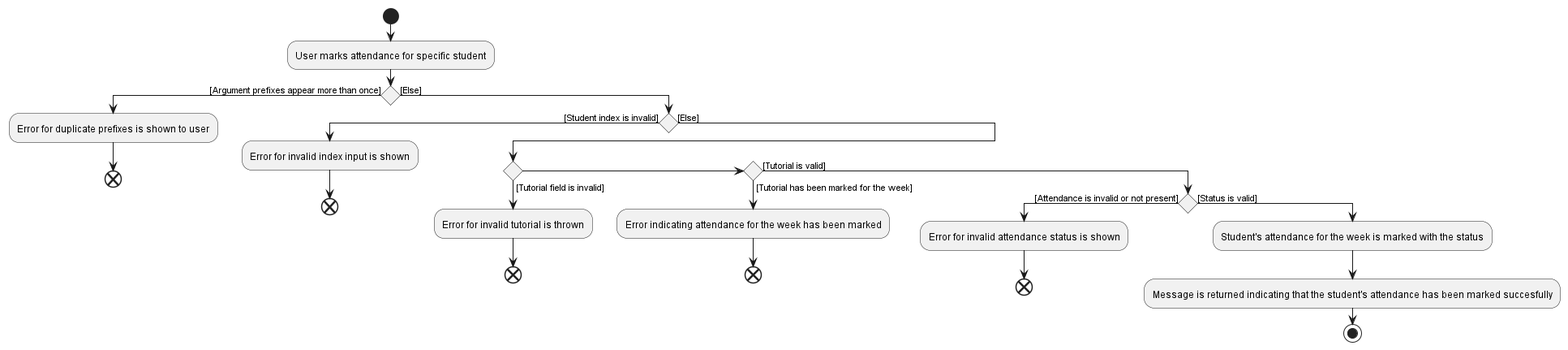
Above: docs/images/MarkAttendanceActivityDiagram.png in proto-aiken-13/tp (PlantUML), before the change. The source it was exported from:
```plantuml
@startuml

start
:User marks attendance for specific student;
if () then ([Argument prefixes appear more than once])
    :Error for duplicate prefixes is shown to user;
    end;
else ([Else])
    if () then ([Student index is invalid])
        :Error for invalid index input is shown;
        end;
    else ([Else])
        if () then ([Tutorial field is invalid])
            :Error for invalid tutorial is thrown;
            end;
        else if () then ([Tutorial has been marked for the week])
            :Error indicating attendance for the week has been marked;
            end;
        else ([Tutorial is valid])
            if () then ([Attendance is invalid or not present])
                :Error for invalid attendance status is shown;
                end;
            else ([Status is valid])
                :Student's attendance for the week is marked with the status;
                :Message is returned indicating that the student's attendance has been marked succesfully;
stop

@enduml
```
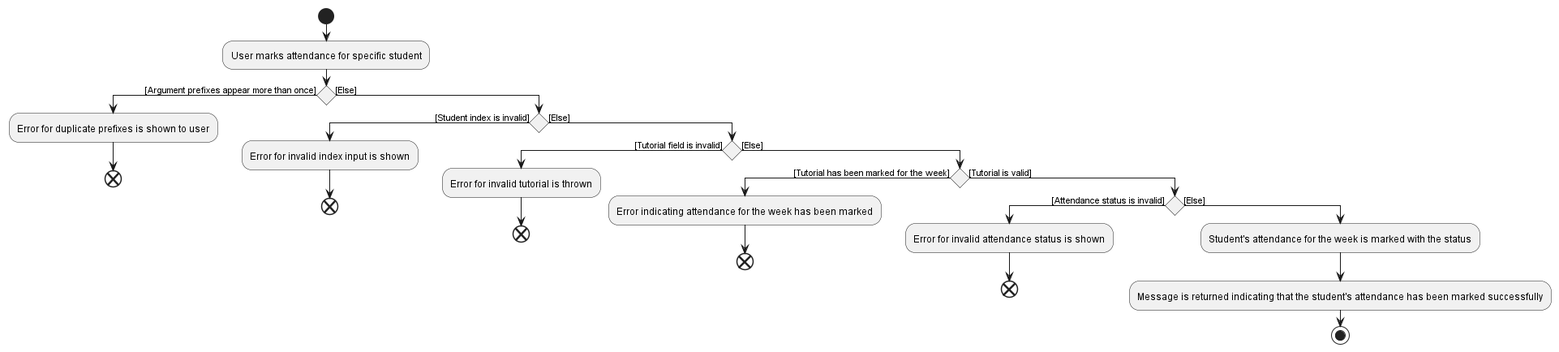
After the change.

What changed in the source:
```diff
@@ -13,16 +13,17 @@
         if () then ([Tutorial field is invalid])
             :Error for invalid tutorial is thrown;
             end;
-        else if () then ([Tutorial has been marked for the week])
-            :Error indicating attendance for the week has been marked;
-            end;
-        else ([Tutorial is valid])
-            if () then ([Attendance is invalid or not present])
-                :Error for invalid attendance status is shown;
+        else ([Else])
+            if () then ([Tutorial has been marked for the week])
+                :Error indicating attendance for the week has been marked;
                 end;
-            else ([Status is valid])
-                :Student's attendance for the week is marked with the status;
-                :Message is returned indicating that the student's attendance has been marked succesfully;
+            else ([Tutorial is valid])
+                if () then ([Attendance status is invalid])
+                    :Error for invalid attendance status is shown;
+                    end;
+                else ([Else])
+                    :Student's attendance for the week is marked with the status;
+                    :Message is returned indicating that the student's attendance has been marked successfully;
 stop
 
 @enduml
```
